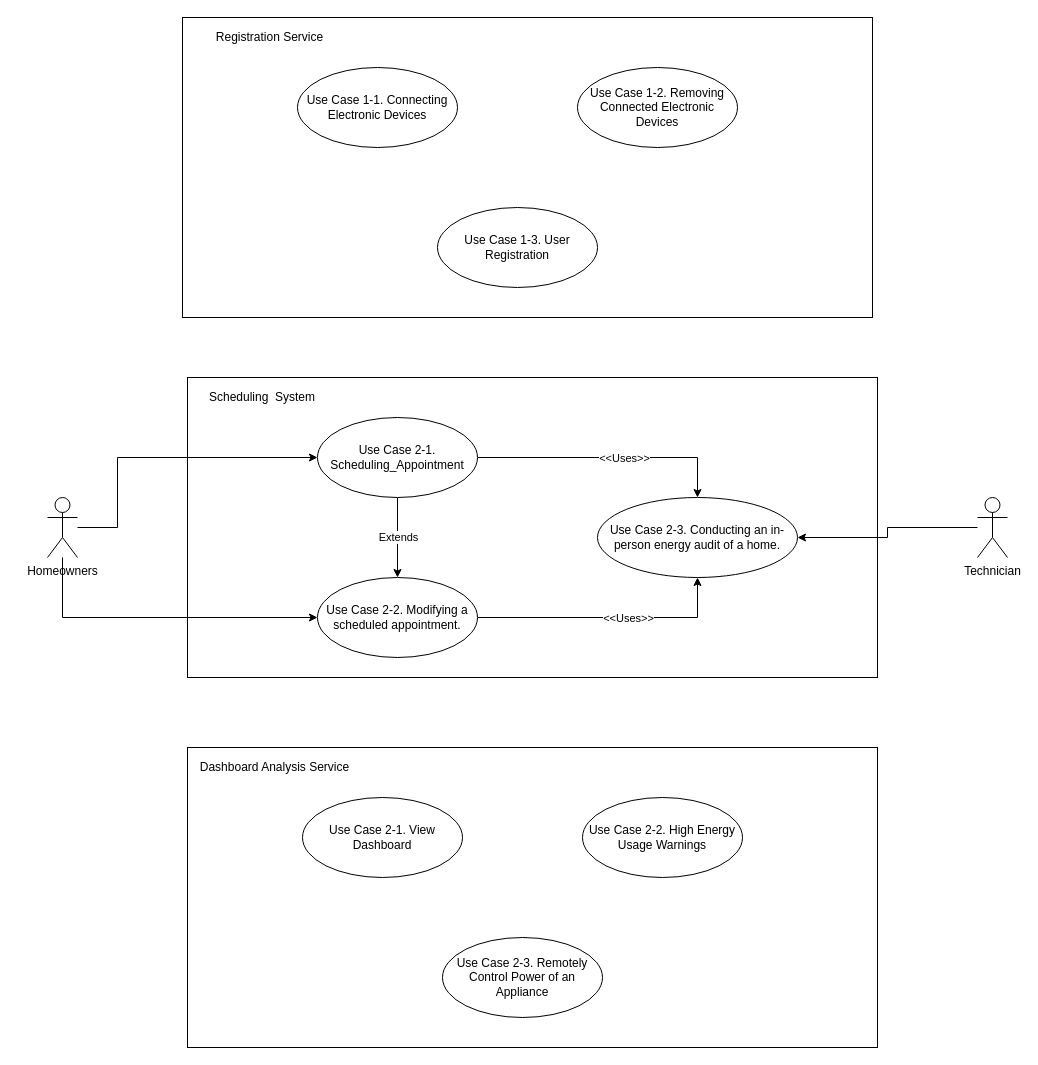
This is Use Case Diagram Milestone 1.drawio from uvic-teach/project-m1-team15, a draw.io file, before an edit. Source tidied: cells renumbered, new cells numbered last; positions are measured from the earlier drawing's top-left corner, leaving out a move shared by most shapes. Both pictures are drawn from the tidied source at 100%, with x=0, y=0 at pixel (47, 17).
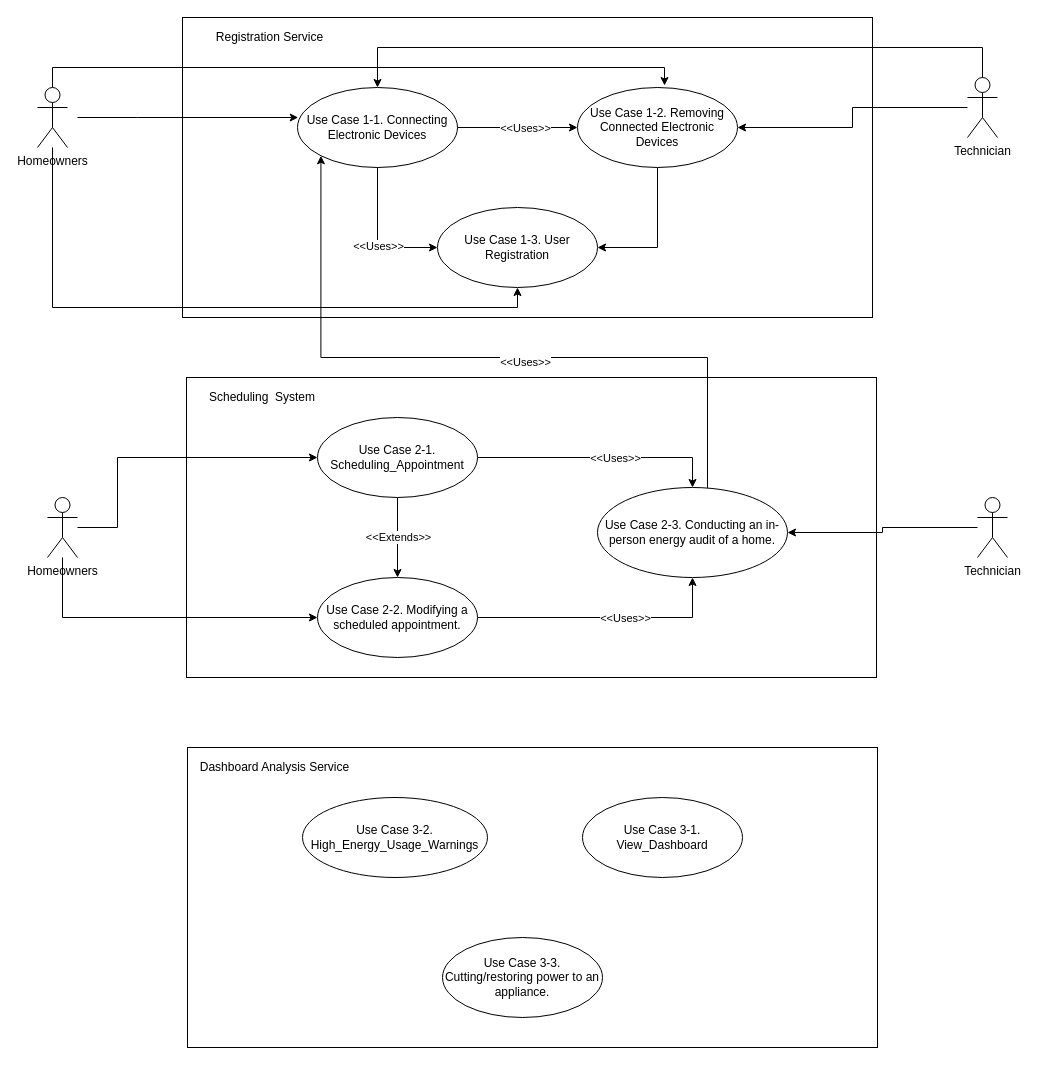
Above is the later version.

The change refers to these unchanged cells:
```xml
<mxCell id="8" style="edgeStyle=orthogonalEdgeStyle;rounded=0;jettySize=auto;html=1;" parent="1" edge="1" source="12" target="15">
  <mxGeometry relative="1" as="geometry" />
</mxCell>
<mxCell id="21" value="Use Case 1-3. User Registration" style="ellipse;whiteSpace=wrap;html=1;" parent="1" vertex="1">
  <mxGeometry x="390" y="190" width="160" height="80" as="geometry" />
</mxCell>
```

Diff of the diagram source:
```diff
@@
+    <mxCell id="18" style="rounded=0;whiteSpace=wrap;html=1;" parent="1" vertex="1">
+      <mxGeometry x="135" width="690" height="300" as="geometry" />
+    </mxCell>
     <mxCell id="2" style="rounded=0;whiteSpace=wrap;html=1;" parent="1" vertex="1">
-      <mxGeometry x="140" y="360" width="690" height="300" as="geometry" />
+      <mxGeometry x="139" y="360" width="690" height="300" as="geometry" />
     </mxCell>
@@
-    <mxCell id="9" value="Extends" style="edgeLabel;html=1;align=center;verticalAlign=middle;" parent="8" vertex="1">
+    <mxCell id="9" value="&amp;lt;&amp;lt;Extends&amp;gt;&amp;gt;" style="edgeLabel;html=1;align=center;verticalAlign=middle;" parent="8" vertex="1">
       <mxGeometry x="0.08" y="-3" relative="1" as="geometry">
         <mxPoint x="3" y="-4" as="offset" />
       </mxGeometry>
     </mxCell>
@@
+    <mxCell id="28" style="edgeStyle=orthogonalEdgeStyle;rounded=0;jettySize=auto;html=1;entryX=0;entryY=1;entryDx=0;entryDy=0;" parent="1" edge="1" source="16" target="19">
+      <mxGeometry relative="1" as="geometry">
+        <Array as="points">
+          <mxPoint x="660" y="340" />
+          <mxPoint x="273" y="340" />
+        </Array>
+      </mxGeometry>
+    </mxCell>
+    <mxCell id="29" value="&amp;lt;&amp;lt;Uses&amp;gt;&amp;gt;" style="edgeLabel;html=1;align=center;verticalAlign=middle;" parent="28" vertex="1">
+      <mxGeometry x="-0.13" y="4" relative="1" as="geometry" />
+    </mxCell>
     <mxCell id="16" value="Use Case 2-3. Conducting an in-person energy audit of a home." style="ellipse;whiteSpace=wrap;html=1;" parent="1" vertex="1">
-      <mxGeometry x="550" y="480" width="200" height="80" as="geometry" />
+      <mxGeometry x="550" y="470" width="190" height="90" as="geometry" />
     </mxCell>
@@
-    <mxCell id="18" style="rounded=0;whiteSpace=wrap;html=1;" parent="1" vertex="1">
-      <mxGeometry x="135" width="690" height="300" as="geometry" />
-    </mxCell>
     <mxCell id="19" value="Use Case 1-1. Connecting Electronic Devices" style="ellipse;whiteSpace=wrap;html=1;" parent="1" vertex="1">
-      <mxGeometry x="250" y="50" width="160" height="80" as="geometry" />
+      <mxGeometry x="250" y="70" width="160" height="80" as="geometry" />
     </mxCell>
+    <mxCell id="30" style="edgeStyle=orthogonalEdgeStyle;rounded=0;jettySize=auto;html=1;entryX=1;entryY=0.5;entryDx=0;entryDy=0;" parent="1" edge="1" source="20" target="21">
+      <mxGeometry relative="1" as="geometry">
+        <Array as="points">
+          <mxPoint x="610" y="230" />
+        </Array>
+      </mxGeometry>
+    </mxCell>
     <mxCell id="20" value="Use Case 1-2. Removing Connected Electronic Devices" style="ellipse;whiteSpace=wrap;html=1;" parent="1" vertex="1">
-      <mxGeometry x="530" y="50" width="160" height="80" as="geometry" />
+      <mxGeometry x="530" y="70" width="160" height="80" as="geometry" />
     </mxCell>
@@
-    <mxCell id="24" value="Use Case 2-1. View Dashboard" style="ellipse;whiteSpace=wrap;html=1;" parent="1" vertex="1">
-      <mxGeometry x="255" y="780" width="160" height="80" as="geometry" />
+    <mxCell id="24" value="Use Case 3-2. High_Energy_Usage_Warnings" style="ellipse;whiteSpace=wrap;html=1;" parent="1" vertex="1">
+      <mxGeometry x="255" y="780" width="185" height="80" as="geometry" />
     </mxCell>
-    <mxCell id="25" value="Use Case 2-2. High Energy Usage Warnings" style="ellipse;whiteSpace=wrap;html=1;" parent="1" vertex="1">
+    <mxCell id="25" value="Use Case 3-1. View_Dashboard" style="ellipse;whiteSpace=wrap;html=1;" parent="1" vertex="1">
       <mxGeometry x="535" y="780" width="160" height="80" as="geometry" />
     </mxCell>
-    <mxCell id="26" value="Use Case 2-3. Remotely Control Power of an Appliance" style="ellipse;whiteSpace=wrap;html=1;" parent="1" vertex="1">
+    <mxCell id="26" value="Use Case 3-3. Cutting/restoring power to an appliance." style="ellipse;whiteSpace=wrap;html=1;" parent="1" vertex="1">
       <mxGeometry x="395" y="920" width="160" height="80" as="geometry" />
     </mxCell>
@@
+    <mxCell id="31" style="edgeStyle=orthogonalEdgeStyle;rounded=0;orthogonalLoop=1;jettySize=auto;html=1;" parent="1" edge="1">
+      <mxGeometry relative="1" as="geometry">
+        <mxPoint x="30" y="100" as="sourcePoint" />
+        <mxPoint x="250.7" y="100" as="targetPoint" />
+        <Array as="points">
+          <mxPoint x="90" y="100" />
+          <mxPoint x="90" y="100" />
+        </Array>
+      </mxGeometry>
+    </mxCell>
+    <mxCell id="32" style="edgeStyle=orthogonalEdgeStyle;rounded=0;jettySize=auto;html=1;entryX=0.5;entryY=1;entryDx=0;entryDy=0;" parent="1" edge="1" source="33" target="21">
+      <mxGeometry relative="1" as="geometry">
+        <Array as="points">
+          <mxPoint x="5" y="290" />
+          <mxPoint x="470" y="290" />
+        </Array>
+      </mxGeometry>
+    </mxCell>
+    <mxCell id="33" value="Homeowners" style="shape=umlActor;verticalLabelPosition=bottom;verticalAlign=top;html=1;outlineConnect=0;" parent="1" vertex="1">
+      <mxGeometry x="-10" y="70" width="30" height="60" as="geometry" />
+    </mxCell>
+    <mxCell id="34" style="edgeStyle=orthogonalEdgeStyle;rounded=0;jettySize=auto;html=1;" parent="1" edge="1" source="36" target="20">
+      <mxGeometry relative="1" as="geometry" />
+    </mxCell>
+    <mxCell id="35" style="edgeStyle=orthogonalEdgeStyle;rounded=0;jettySize=auto;html=1;entryX=0.5;entryY=0;entryDx=0;entryDy=0;" parent="1" edge="1" source="36" target="19">
+      <mxGeometry relative="1" as="geometry">
+        <Array as="points">
+          <mxPoint x="935" y="30" />
+          <mxPoint x="330" y="30" />
+        </Array>
+      </mxGeometry>
+    </mxCell>
+    <mxCell id="36" value="Technician" style="shape=umlActor;verticalLabelPosition=bottom;verticalAlign=top;html=1;outlineConnect=0;" parent="1" vertex="1">
+      <mxGeometry x="920" y="60" width="30" height="60" as="geometry" />
+    </mxCell>
+    <mxCell id="37" style="edgeStyle=orthogonalEdgeStyle;rounded=0;jettySize=auto;html=1;" parent="1" edge="1" source="19" target="20">
+      <mxGeometry relative="1" as="geometry" />
+    </mxCell>
+    <mxCell id="38" value="&amp;lt;&amp;lt;Uses&amp;gt;&amp;gt;" style="edgeLabel;html=1;align=center;verticalAlign=middle;" parent="37" vertex="1">
+      <mxGeometry x="0.12" relative="1" as="geometry" />
+    </mxCell>
+    <mxCell id="39" style="edgeStyle=orthogonalEdgeStyle;rounded=0;jettySize=auto;html=1;entryX=0;entryY=0.5;entryDx=0;entryDy=0;" parent="1" edge="1" source="19" target="21">
+      <mxGeometry relative="1" as="geometry" />
+    </mxCell>
+    <mxCell id="40" value="&amp;lt;&amp;lt;Uses&amp;gt;&amp;gt;" style="edgeLabel;html=1;align=center;verticalAlign=middle;" parent="39" vertex="1">
+      <mxGeometry x="0.12" relative="1" as="geometry" />
+    </mxCell>
+    <mxCell id="41" style="edgeStyle=orthogonalEdgeStyle;rounded=0;jettySize=auto;html=1;entryX=0.544;entryY=-0.025;entryDx=0;entryDy=0;entryPerimeter=0;" parent="1" edge="1" source="33" target="20">
+      <mxGeometry relative="1" as="geometry">
+        <Array as="points">
+          <mxPoint x="5" y="50" />
+          <mxPoint x="617" y="50" />
+        </Array>
+      </mxGeometry>
+    </mxCell>
```
